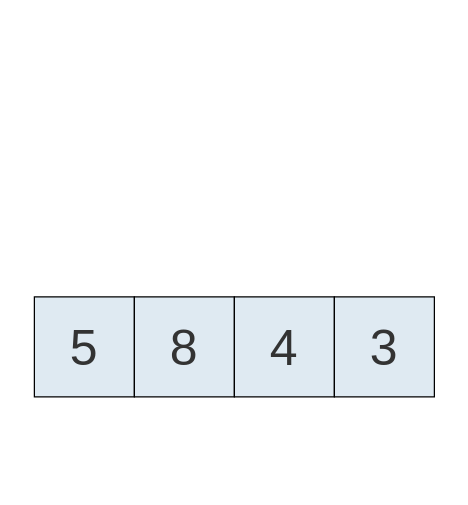
The draw.io diagram page "0" (1 of 16) of teoria/04_estructuras_y_algoritmos/imgs/03/insertion_sort.drawio in ee-unr/programacion-2, before the edit. Source tidied: cells renumbered, new cells numbered last; positions are measured from the earlier drawing's top-left corner, leaving out a move shared by most shapes. Both pictures are drawn from the tidied source at 125%, with x=0, y=0 at pixel (21, 209).
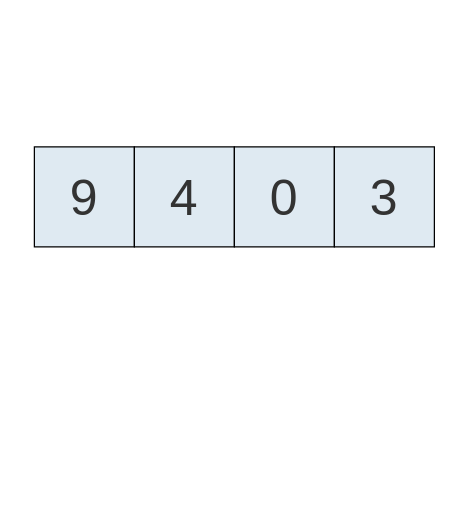
Above is the later version.

Change to the diagram source:
```diff
@@
 <mxGraphModel>
   <root>
     <mxCell id="0" />
     <mxCell id="1" parent="0" />
-    <mxCell id="2" style="rounded=0;whiteSpace=wrap;html=1;fillColor=none;fontSize=40;strokeColor=none;" parent="1" vertex="1">
-      <mxGeometry width="340" height="220" as="geometry" />
-    </mxCell>
-    <mxCell id="3" value="&lt;font style=&quot;font-size: 40px;&quot; color=&quot;#333333&quot; face=&quot;Cascadia Code&quot;&gt;5&lt;/font&gt;" style="rounded=0;whiteSpace=wrap;html=1;fillColor=#DFEAF2;fontSize=34;" parent="1" vertex="1">
-      <mxGeometry x="10" y="70" width="80" height="80" as="geometry" />
-    </mxCell>
-    <mxCell id="4" value="&lt;font style=&quot;font-size: 40px;&quot; color=&quot;#333333&quot; face=&quot;Cascadia Code&quot;&gt;8&lt;/font&gt;" style="rounded=0;whiteSpace=wrap;html=1;fillColor=#DFEAF2;fontSize=34;" parent="1" vertex="1">
-      <mxGeometry x="90" y="70" width="80" height="80" as="geometry" />
-    </mxCell>
+    <mxCell id="7" value="&lt;font style=&quot;font-size: 40px;&quot; color=&quot;#333333&quot; face=&quot;Cascadia Code&quot;&gt;9&lt;/font&gt;" style="rounded=0;whiteSpace=wrap;html=1;fillColor=#DFEAF2;fontSize=34;" parent="1" vertex="1">
+      <mxGeometry x="10" y="-50" width="80" height="80" as="geometry" />
+    </mxCell>
     <mxCell id="5" value="&lt;font style=&quot;font-size: 40px;&quot; color=&quot;#333333&quot; face=&quot;Cascadia Code&quot;&gt;4&lt;/font&gt;" style="rounded=0;whiteSpace=wrap;html=1;fillColor=#DFEAF2;fontSize=34;" parent="1" vertex="1">
-      <mxGeometry x="170" y="70" width="80" height="80" as="geometry" />
+      <mxGeometry x="90" y="-50" width="80" height="80" as="geometry" />
     </mxCell>
+    <mxCell id="8" value="&lt;font style=&quot;font-size: 40px;&quot; color=&quot;#333333&quot; face=&quot;Cascadia Code&quot;&gt;0&lt;/font&gt;" style="rounded=0;whiteSpace=wrap;html=1;fillColor=#DFEAF2;fontSize=34;" parent="1" vertex="1">
+      <mxGeometry x="170" y="-50" width="80" height="80" as="geometry" />
+    </mxCell>
     <mxCell id="6" value="&lt;font style=&quot;font-size: 40px;&quot; color=&quot;#333333&quot; face=&quot;Cascadia Code&quot;&gt;3&lt;/font&gt;" style="rounded=0;whiteSpace=wrap;html=1;fillColor=#DFEAF2;fontSize=34;" parent="1" vertex="1">
-      <mxGeometry x="250" y="70" width="80" height="80" as="geometry" />
+      <mxGeometry x="250" y="-50" width="80" height="80" as="geometry" />
     </mxCell>
+    <mxCell id="9" style="rounded=0;whiteSpace=wrap;html=1;fillColor=none;fontSize=40;strokeColor=none;" parent="1" vertex="1">
+      <mxGeometry y="-150" width="340" height="220" as="geometry" />
+    </mxCell>
   </root>
 </mxGraphModel>
```
